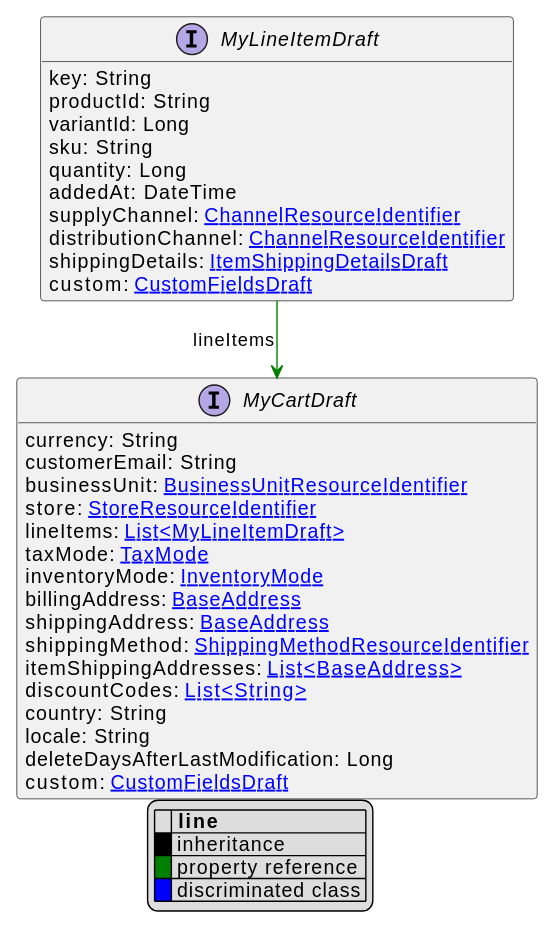
The PlantUML diagram uml/api/svg/MyLineItemDraft.svg in commercetools/commercetools-api-reference, before a commit.
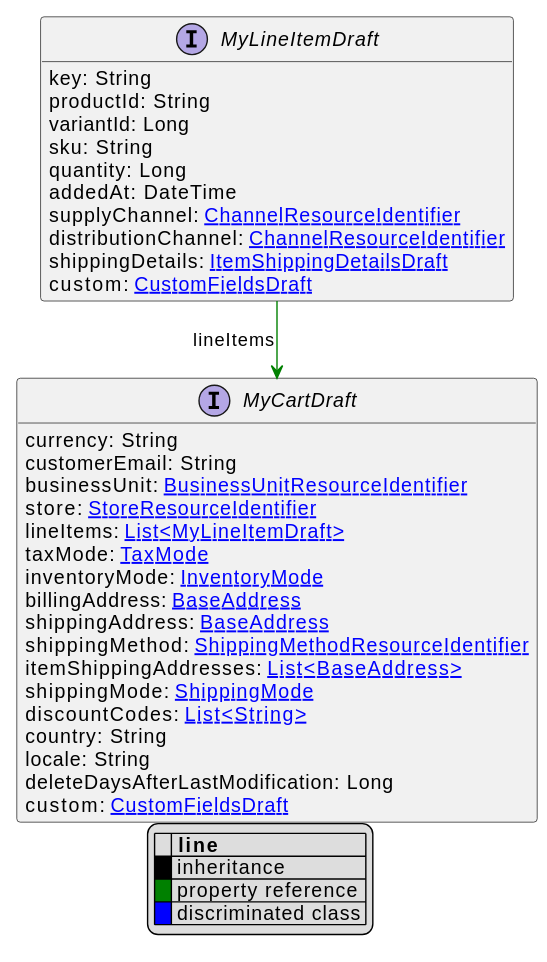
The same diagram one commit later.

Change to the diagram source:
```diff
@@ -35,6 +35,7 @@
     shippingAddress: [[BaseAddress.svg BaseAddress]]
     shippingMethod: [[ShippingMethodResourceIdentifier.svg ShippingMethodResourceIdentifier]]
     itemShippingAddresses: [[BaseAddress.svg List<BaseAddress>]]
+    shippingMode: [[ShippingMode.svg ShippingMode]]
     discountCodes: [[String.svg List<String>]]
     country: String
     locale: String
```
